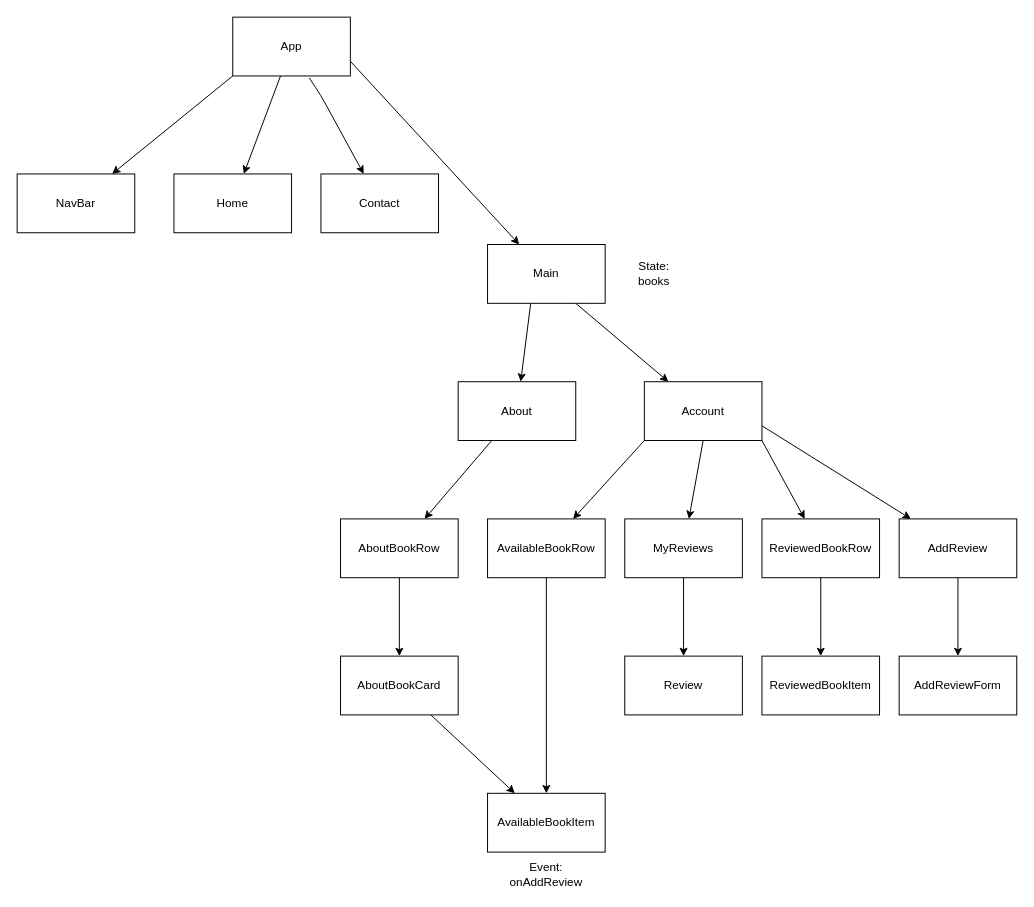
clambiase08/badreads keeps this draw.io diagram as src/Hierarchy.drawio. Above is the earlier version. Source tidied: cells renumbered, new cells numbered last; positions are measured from the earlier drawing's top-left corner, leaving out a move shared by most shapes. Both pictures are drawn from the tidied source at 98%, with x=0, y=0 at pixel (17, 17).
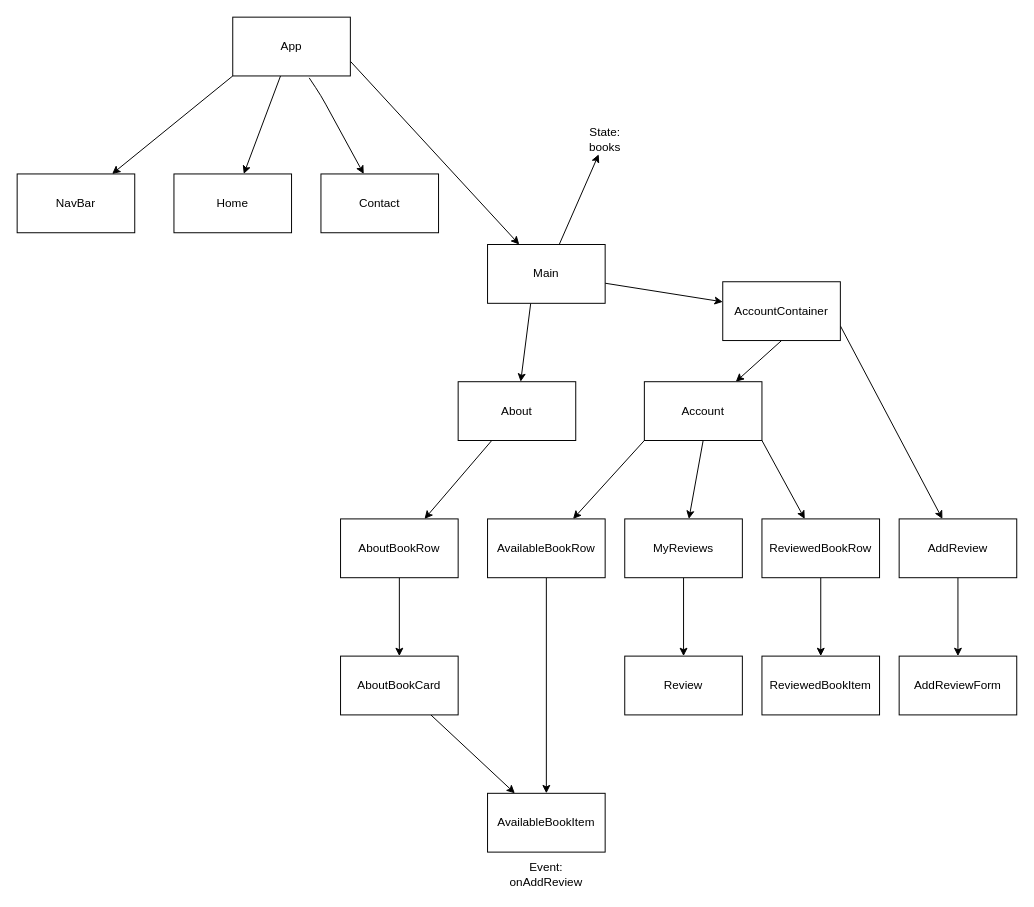
Above is the later version.

The change refers to these unchanged cells:
```xml
<mxCell id="16" value="Account" style="whiteSpace=wrap;html=1;" parent="1" vertex="1">
  <mxGeometry x="640" y="372" width="120" height="60" as="geometry" />
</mxCell>
<mxCell id="33" value="AddReview" style="whiteSpace=wrap;html=1;" parent="1" vertex="1">
  <mxGeometry x="900" y="512" width="120" height="60" as="geometry" />
</mxCell>
<mxCell id="36" value="Main" style="whiteSpace=wrap;html=1;" parent="1" vertex="1">
  <mxGeometry x="480" y="232" width="120" height="60" as="geometry" />
</mxCell>
```

What changed in the source:
```diff
@@
-    <mxCell id="12" style="edgeStyle=none;html=1;exitX=0.75;exitY=1;exitDx=0;exitDy=0;" parent="1" edge="1" source="36" target="16">
+    <mxCell id="12" style="edgeStyle=none;html=1;exitX=0.5;exitY=1;exitDx=0;exitDy=0;" parent="1" edge="1" source="40" target="16">
       <mxGeometry relative="1" as="geometry" />
     </mxCell>
@@
-    <mxCell id="15" style="edgeStyle=none;html=1;exitX=1;exitY=0.75;exitDx=0;exitDy=0;" parent="1" edge="1" source="16" target="33">
+    <mxCell id="15" style="edgeStyle=none;html=1;exitX=1;exitY=0.75;exitDx=0;exitDy=0;" parent="1" edge="1" source="40" target="33">
       <mxGeometry relative="1" as="geometry" />
     </mxCell>
@@
+    <mxCell id="38" style="edgeStyle=none;html=1;" parent="1" edge="1" source="36" target="37">
+      <mxGeometry relative="1" as="geometry" />
+    </mxCell>
+    <mxCell id="39" style="edgeStyle=none;html=1;" parent="1" edge="1" source="36" target="40">
+      <mxGeometry relative="1" as="geometry" />
+    </mxCell>
@@
     <mxCell id="37" value="State: books" style="text;strokeColor=none;align=center;fillColor=none;html=1;verticalAlign=middle;whiteSpace=wrap;rounded=0;" parent="1" vertex="1">
-      <mxGeometry x="620" y="247" width="60" height="30" as="geometry" />
+      <mxGeometry x="570" y="110" width="60" height="30" as="geometry" />
     </mxCell>
+    <mxCell id="40" value="AccountContainer" style="whiteSpace=wrap;html=1;" parent="1" vertex="1">
+      <mxGeometry x="720" y="270" width="120" height="60" as="geometry" />
+    </mxCell>
```
